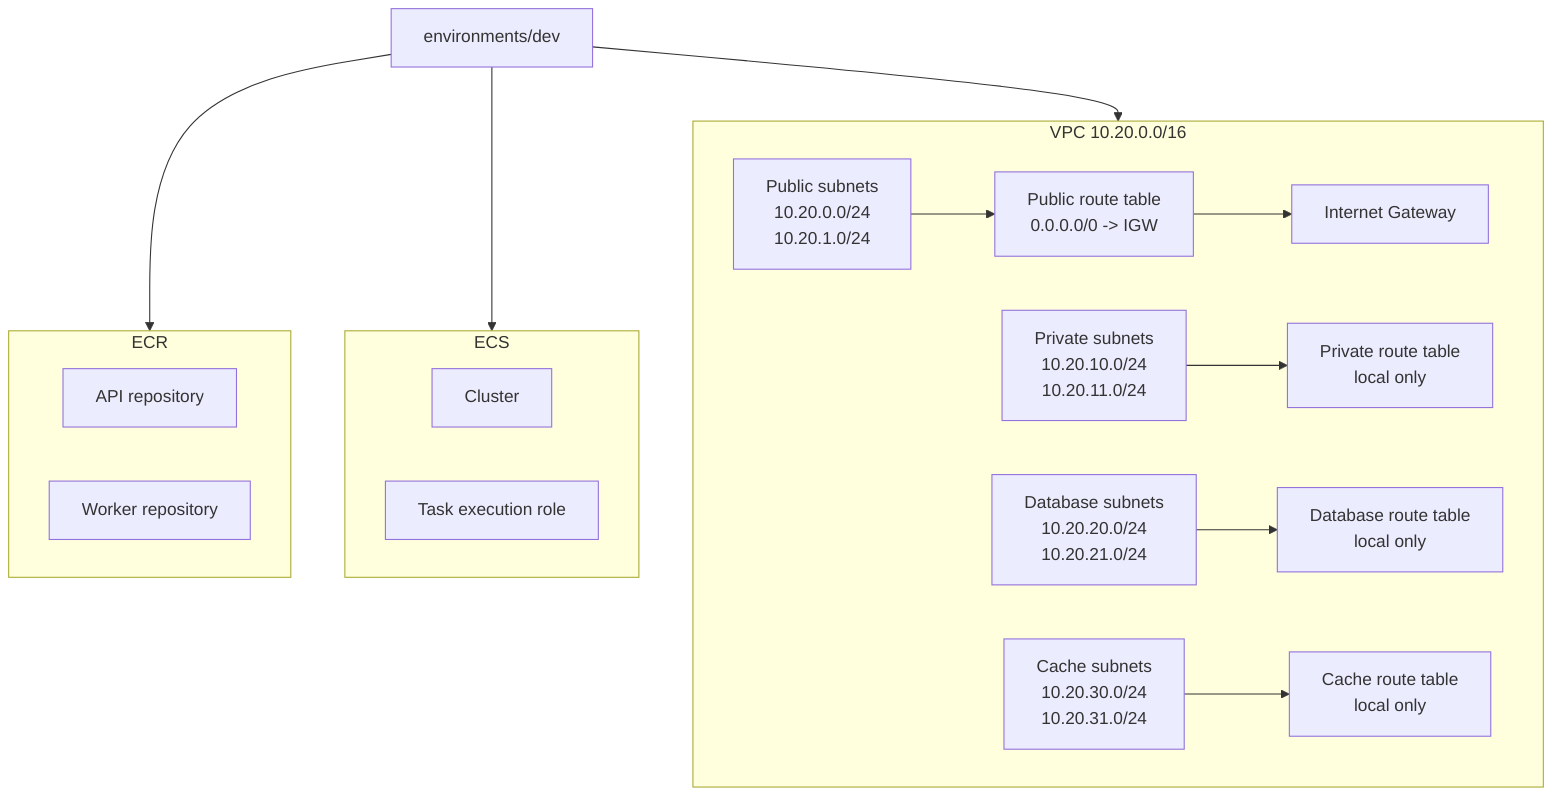
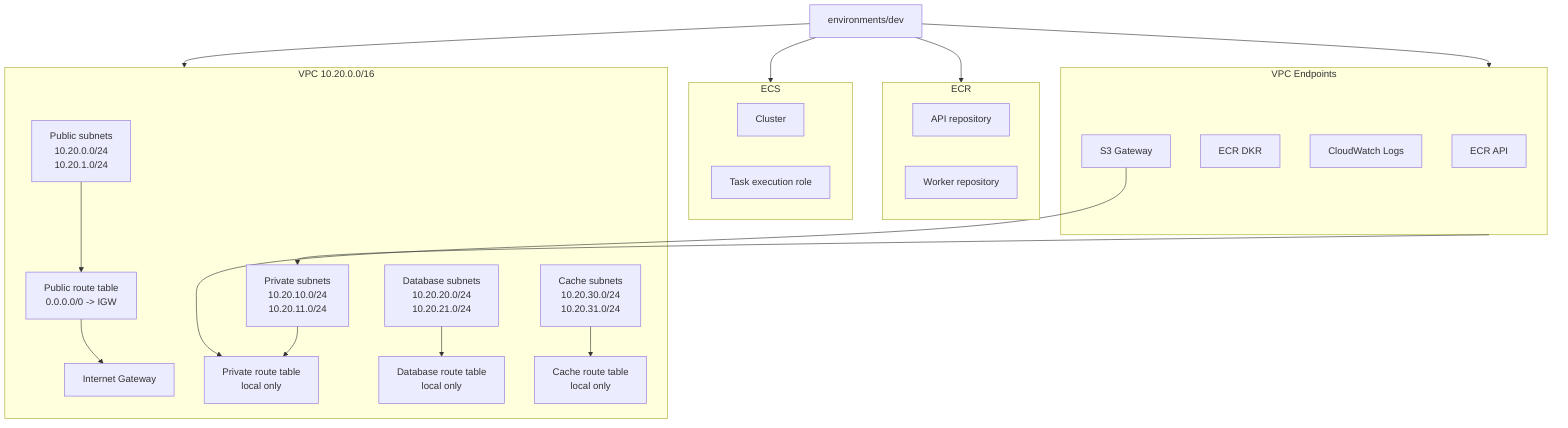
flowchart TB
  root["environments/dev"]

  subgraph ecr["ECR"]
    api_repo["API repository"]
    worker_repo["Worker repository"]
  end

  subgraph ecs["ECS"]
    cluster["Cluster"]
    task_execution_role["Task execution role"]
+   end
+ 
+   subgraph endpoints["VPC Endpoints"]
+     ecr_api["ECR API"]
+     ecr_dkr["ECR DKR"]
+     logs_endpoint["CloudWatch Logs"]
+     s3_gateway["S3 Gateway"]
  end

  subgraph vpc["VPC 10.20.0.0/16"]
    igw["Internet Gateway"]

    public["Public subnets\n10.20.0.0/24\n10.20.1.0/24"]
    private["Private subnets\n10.20.10.0/24\n10.20.11.0/24"]
    database["Database subnets\n10.20.20.0/24\n10.20.21.0/24"]
    cache["Cache subnets\n10.20.30.0/24\n10.20.31.0/24"]

    public_rt["Public route table\n0.0.0.0/0 -> IGW"]
    private_rt["Private route table\nlocal only"]
    database_rt["Database route table\nlocal only"]
    cache_rt["Cache route table\nlocal only"]
  end

  root --> ecr
  root --> ecs
+   root --> endpoints
  root --> vpc
+   endpoints --> private
+   s3_gateway --> private_rt
  public --> public_rt
  public_rt --> igw
  private --> private_rt
  database --> database_rt
  cache --> cache_rt
